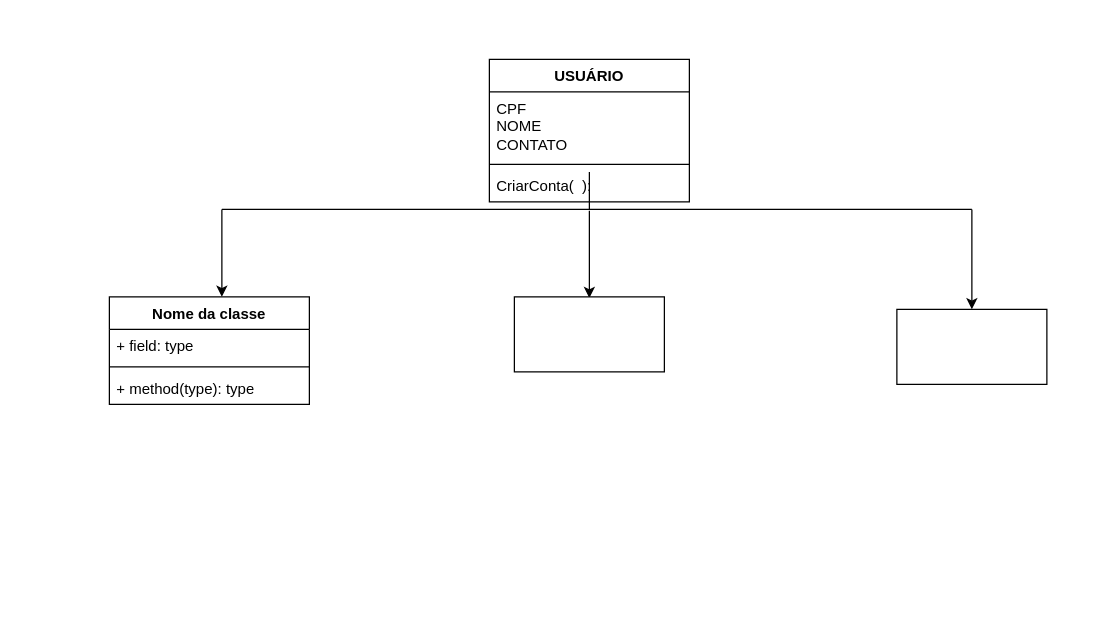
HUGOLEONARDOPE/diagramasderequisito keeps this draw.io diagram as page "Página-3" (3 of 3) of Diagrama sem nome.drawio. Above is the earlier version. Source tidied: cells renumbered, new cells numbered last; positions are measured from the earlier drawing's top-left corner, leaving out a move shared by most shapes. Both pictures are drawn from the tidied source at 125%, with x=0, y=0 at pixel (109, 59).
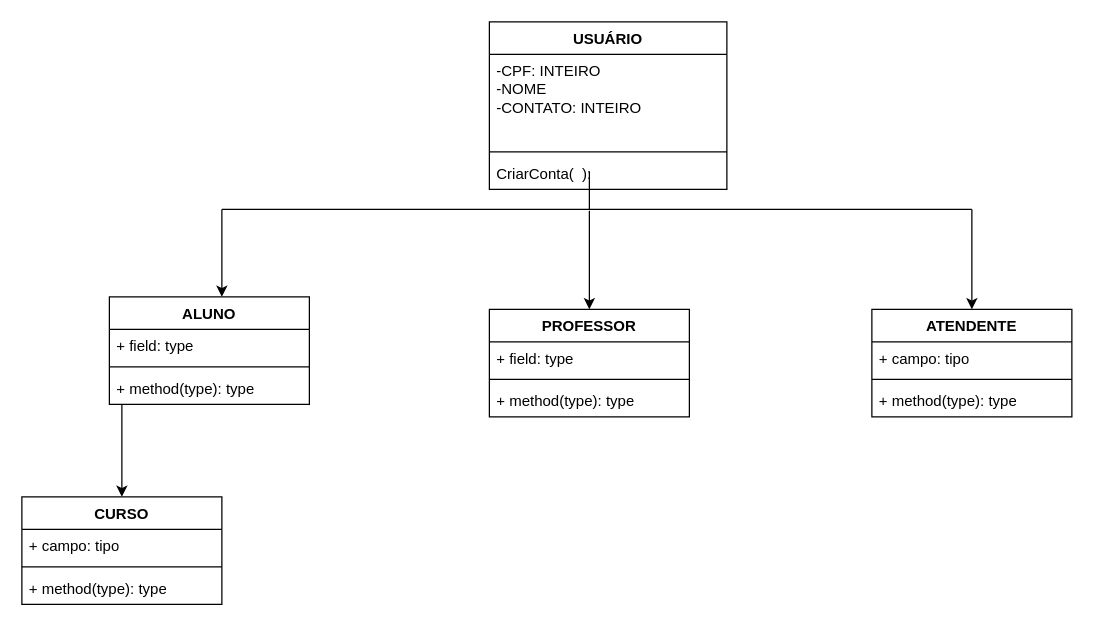
The same page after the edit.

Change to the diagram source:
```diff
@@
     <mxCell id="5" style="endArrow=classic;html=1;rounded=0;" parent="1" edge="1">
       <mxGeometry relative="1" as="geometry">
         <mxPoint x="384" y="121" as="sourcePoint" />
-        <mxPoint x="384" y="191" as="targetPoint" />
+        <mxPoint x="384" y="200" as="targetPoint" />
       </mxGeometry>
     </mxCell>
-    <mxCell id="6" style="endArrow=classic;html=1;rounded=0;" parent="1" edge="1" target="7">
+    <mxCell id="6" style="endArrow=classic;html=1;rounded=0;" parent="1" edge="1">
       <mxGeometry relative="1" as="geometry">
         <mxPoint x="690" y="120" as="sourcePoint" />
+        <mxPoint x="690" y="200" as="targetPoint" />
       </mxGeometry>
     </mxCell>
-    <mxCell id="7" style="rounded=0;whiteSpace=wrap;html=1;" parent="1" vertex="1">
-      <mxGeometry x="630" y="200" width="120" height="60" as="geometry" />
-    </mxCell>
-    <mxCell id="8" style="rounded=0;whiteSpace=wrap;html=1;" parent="1" vertex="1">
-      <mxGeometry x="324" y="190" width="120" height="60" as="geometry" />
-    </mxCell>
-    <mxCell id="9" value="Nome da classe" style="swimlane;fontStyle=1;align=center;verticalAlign=top;horizontal=1;startSize=26;whiteSpace=wrap;html=1;" parent="1" vertex="1">
+    <mxCell id="9" value="ALUNO" style="swimlane;fontStyle=1;align=center;verticalAlign=top;horizontal=1;startSize=26;whiteSpace=wrap;html=1;" parent="1" vertex="1">
       <mxGeometry y="190" width="160" height="86" as="geometry" />
     </mxCell>
@@
     <mxCell id="13" value="USUÁRIO" style="swimlane;fontStyle=1;align=center;verticalAlign=top;horizontal=1;startSize=26;whiteSpace=wrap;html=1;" parent="1" vertex="1">
-      <mxGeometry x="304" width="160" height="114" as="geometry" />
+      <mxGeometry x="304" y="-30" width="190" height="134" as="geometry" />
     </mxCell>
-    <mxCell id="14" value="CPF &lt;br&gt;NOME &lt;br&gt;CONTATO" style="text;strokeColor=none;fillColor=none;align=left;verticalAlign=top;spacingLeft=4;spacingRight=4;overflow=hidden;whiteSpace=wrap;html=1;" parent="13" vertex="1">
-      <mxGeometry y="26" width="160" height="54" as="geometry" />
+    <mxCell id="14" value="&lt;font&gt;-CPF: INTEIRO&lt;br&gt;-NOME&lt;br&gt;-CONTATO: INTEIRO&lt;/font&gt;&lt;font&gt;&lt;/font&gt;" style="text;strokeColor=none;fillColor=none;align=left;verticalAlign=top;spacingLeft=4;spacingRight=4;overflow=hidden;whiteSpace=wrap;html=1;" parent="13" vertex="1">
+      <mxGeometry y="26" width="190" height="74" as="geometry" />
     </mxCell>
     <mxCell id="15" style="line;strokeWidth=1;fillColor=none;align=left;verticalAlign=middle;spacingTop=-1;spacingLeft=3;spacingRight=3;labelPosition=right;strokeColor=inherit;" parent="13" vertex="1">
-      <mxGeometry y="80" width="160" height="8" as="geometry" />
+      <mxGeometry y="100" width="190" height="8" as="geometry" />
     </mxCell>
     <mxCell id="16" value="CriarConta(&amp;nbsp; ):" style="text;strokeColor=none;fillColor=none;align=left;verticalAlign=top;spacingLeft=4;spacingRight=4;overflow=hidden;whiteSpace=wrap;html=1;" parent="13" vertex="1">
-      <mxGeometry y="88" width="160" height="26" as="geometry" />
+      <mxGeometry y="108" width="190" height="26" as="geometry" />
     </mxCell>
+    <mxCell id="17" value="PROFESSOR" style="swimlane;fontStyle=1;align=center;verticalAlign=top;horizontal=1;startSize=26;whiteSpace=wrap;html=1;" parent="1" vertex="1">
+      <mxGeometry x="304" y="200" width="160" height="86" as="geometry" />
+    </mxCell>
+    <mxCell id="18" value="+ field: type" style="text;strokeColor=none;fillColor=none;align=left;verticalAlign=top;spacingLeft=4;spacingRight=4;overflow=hidden;whiteSpace=wrap;html=1;" parent="17" vertex="1">
+      <mxGeometry y="26" width="160" height="26" as="geometry" />
+    </mxCell>
+    <mxCell id="19" style="line;strokeWidth=1;fillColor=none;align=left;verticalAlign=middle;spacingTop=-1;spacingLeft=3;spacingRight=3;labelPosition=right;strokeColor=inherit;" parent="17" vertex="1">
+      <mxGeometry y="52" width="160" height="8" as="geometry" />
+    </mxCell>
+    <mxCell id="20" value="+ method(type): type" style="text;strokeColor=none;fillColor=none;align=left;verticalAlign=top;spacingLeft=4;spacingRight=4;overflow=hidden;whiteSpace=wrap;html=1;" parent="17" vertex="1">
+      <mxGeometry y="60" width="160" height="26" as="geometry" />
+    </mxCell>
+    <mxCell id="21" value="ATENDENTE" style="swimlane;fontStyle=1;align=center;verticalAlign=top;horizontal=1;startSize=26;whiteSpace=wrap;html=1;" parent="1" vertex="1">
+      <mxGeometry x="610" y="200" width="160" height="86" as="geometry" />
+    </mxCell>
+    <mxCell id="22" value="+ campo: tipo" style="text;strokeColor=none;fillColor=none;align=left;verticalAlign=top;spacingLeft=4;spacingRight=4;overflow=hidden;whiteSpace=wrap;html=1;" parent="21" vertex="1">
+      <mxGeometry y="26" width="160" height="26" as="geometry" />
+    </mxCell>
+    <mxCell id="23" style="line;strokeWidth=1;fillColor=none;align=left;verticalAlign=middle;spacingTop=-1;spacingLeft=3;spacingRight=3;labelPosition=right;strokeColor=inherit;" parent="21" vertex="1">
+      <mxGeometry y="52" width="160" height="8" as="geometry" />
+    </mxCell>
+    <mxCell id="24" value="+ method(type): type" style="text;strokeColor=none;fillColor=none;align=left;verticalAlign=top;spacingLeft=4;spacingRight=4;overflow=hidden;whiteSpace=wrap;html=1;" parent="21" vertex="1">
+      <mxGeometry y="60" width="160" height="26" as="geometry" />
+    </mxCell>
+    <mxCell id="25" style="endArrow=classic;html=1;rounded=0;" parent="1" edge="1" target="26">
+      <mxGeometry relative="1" as="geometry">
+        <mxPoint x="10" y="276" as="sourcePoint" />
+      </mxGeometry>
+    </mxCell>
+    <mxCell id="26" value="CURSO" style="swimlane;fontStyle=1;align=center;verticalAlign=top;horizontal=1;startSize=26;whiteSpace=wrap;html=1;" parent="1" vertex="1">
+      <mxGeometry x="-70" y="350" width="160" height="86" as="geometry" />
+    </mxCell>
+    <mxCell id="27" value="+ campo: tipo" style="text;strokeColor=none;fillColor=none;align=left;verticalAlign=top;spacingLeft=4;spacingRight=4;overflow=hidden;whiteSpace=wrap;html=1;" parent="26" vertex="1">
+      <mxGeometry y="26" width="160" height="26" as="geometry" />
+    </mxCell>
+    <mxCell id="28" style="line;strokeWidth=1;fillColor=none;align=left;verticalAlign=middle;spacingTop=-1;spacingLeft=3;spacingRight=3;labelPosition=right;strokeColor=inherit;" parent="26" vertex="1">
+      <mxGeometry y="52" width="160" height="8" as="geometry" />
+    </mxCell>
+    <mxCell id="29" value="+ method(type): type" style="text;strokeColor=none;fillColor=none;align=left;verticalAlign=top;spacingLeft=4;spacingRight=4;overflow=hidden;whiteSpace=wrap;html=1;" parent="26" vertex="1">
+      <mxGeometry y="60" width="160" height="26" as="geometry" />
+    </mxCell>
```
